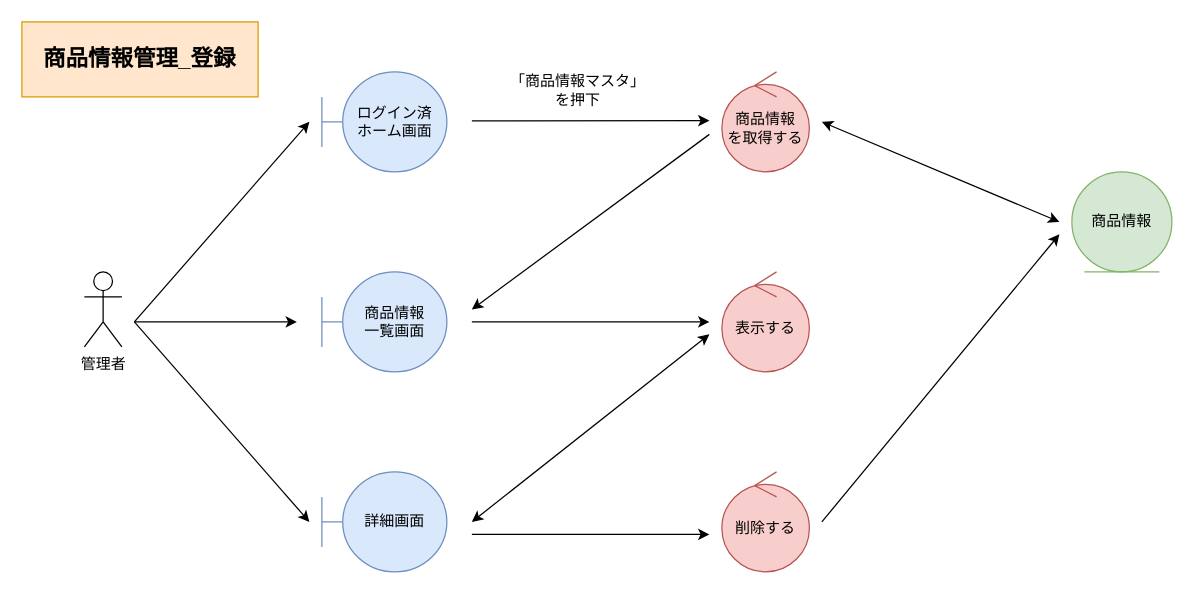
This is page "*商品情報管理_削除" (4 of 4) of 各種設計書/3ロバストネス図/マスタ管理/4.商品情報マスタ.drawio from HaruShim/Sotuken, a draw.io file, before an edit. Source tidied: cells renumbered, new cells numbered last; positions are measured from the earlier drawing's top-left corner, leaving out a move shared by most shapes. Both pictures are drawn from the tidied source at 125%, with x=0, y=0 at pixel (21, 21).
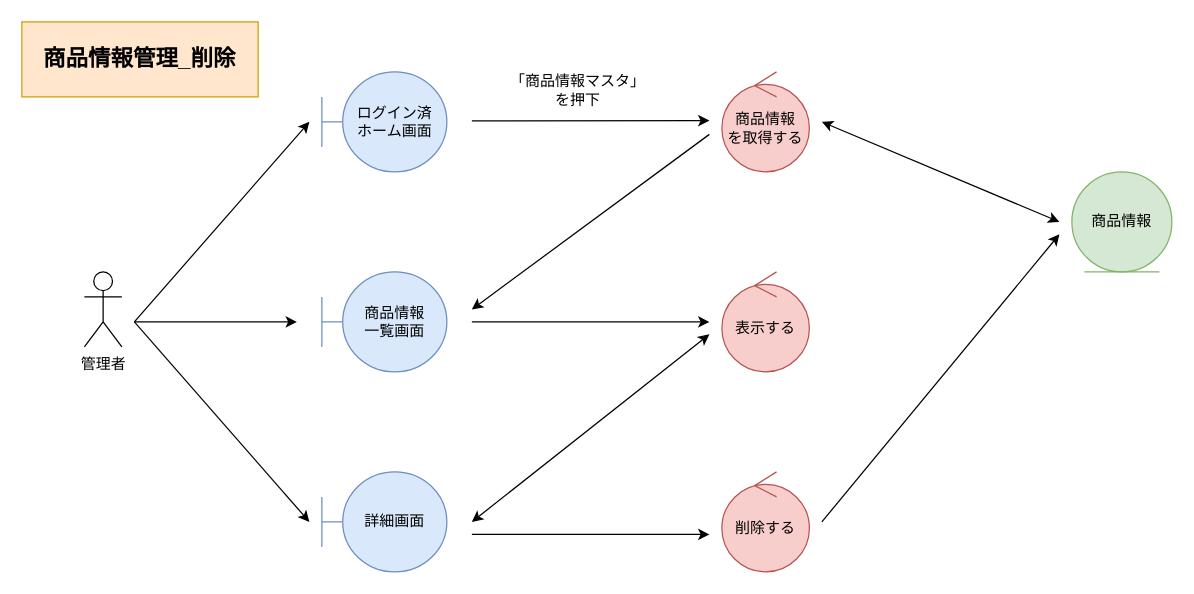
The same diagram, later.

Diff of the diagram source:
```diff
@@
-    <mxCell id="21" value="商品情報管理_登録" style="rounded=0;whiteSpace=wrap;html=1;fillColor=#ffe6cc;strokeColor=#d79b00;fontStyle=1;fontSize=18;" parent="1" vertex="1">
+    <mxCell id="21" value="商品情報管理_削除" style="rounded=0;whiteSpace=wrap;html=1;fillColor=#ffe6cc;strokeColor=#d79b00;fontStyle=1;fontSize=18;" parent="1" vertex="1">
       <mxGeometry width="189" height="60" as="geometry" />
     </mxCell>
```
